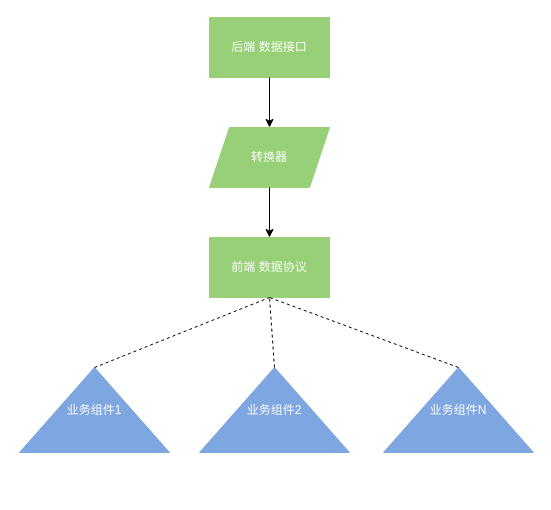
Earlier version of the draw.io diagram zhishi-data-converter.drawio (fedorjia/draw-io-files). Source tidied: cells renumbered, new cells numbered last; positions are measured from the earlier drawing's top-left corner, leaving out a move shared by most shapes. Both pictures are drawn from the tidied source at 100%, with x=0, y=0 at pixel (19, 17).
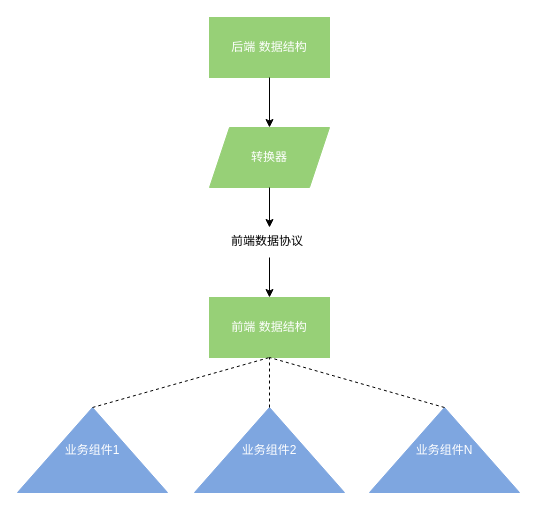
After the change.

Change to the diagram source:
```diff
@@
 <mxGraphModel>
   <root>
     <mxCell id="0" />
     <mxCell id="1" parent="0" />
-    <mxCell id="2" value="&lt;font color=&quot;#ffffff&quot;&gt;后端 数据接口&lt;/font&gt;" style="rounded=0;whiteSpace=wrap;html=1;fillColor=#97D077;strokeColor=#97D077;" parent="1" vertex="1">
+    <mxCell id="2" value="&lt;font color=&quot;#ffffff&quot;&gt;后端 数据结构&lt;/font&gt;" style="rounded=0;whiteSpace=wrap;html=1;fillColor=#97D077;strokeColor=#97D077;" parent="1" vertex="1">
       <mxGeometry x="190" width="120" height="60" as="geometry" />
     </mxCell>
     <mxCell id="3" value="&lt;font color=&quot;#ffffff&quot;&gt;转换器&lt;/font&gt;" style="shape=parallelogram;perimeter=parallelogramPerimeter;whiteSpace=wrap;html=1;fixedSize=1;strokeColor=#97D077;fillColor=#97D077;" parent="1" vertex="1">
       <mxGeometry x="190" y="110" width="120" height="60" as="geometry" />
     </mxCell>
-    <mxCell id="4" value="&lt;font color=&quot;#ffffff&quot;&gt;前端 数据协议&lt;/font&gt;" style="rounded=0;whiteSpace=wrap;html=1;strokeColor=#97D077;fillColor=#97D077;" parent="1" vertex="1">
-      <mxGeometry x="190" y="220" width="120" height="60" as="geometry" />
+    <mxCell id="4" value="&lt;font color=&quot;#ffffff&quot;&gt;前端 数据结构&lt;/font&gt;" style="rounded=0;whiteSpace=wrap;html=1;strokeColor=#97D077;fillColor=#97D077;" parent="1" vertex="1">
+      <mxGeometry x="190" y="280" width="120" height="60" as="geometry" />
     </mxCell>
     <mxCell id="5" value="&lt;font color=&quot;#ffffff&quot;&gt;业务组件1&lt;/font&gt;" style="triangle;whiteSpace=wrap;html=1;direction=north;fillColor=#7EA6E0;strokeColor=#7EA6E0;" parent="1" vertex="1">
-      <mxGeometry y="350" width="150" height="85" as="geometry" />
+      <mxGeometry x="-2" y="390" width="150" height="85" as="geometry" />
     </mxCell>
     <mxCell id="6" value="&lt;font color=&quot;#ffffff&quot;&gt;业务组件2&lt;/font&gt;" style="triangle;whiteSpace=wrap;html=1;direction=north;fillColor=#7EA6E0;strokeColor=#7EA6E0;" parent="1" vertex="1">
-      <mxGeometry x="180" y="350" width="150" height="85" as="geometry" />
+      <mxGeometry x="175" y="390" width="150" height="85" as="geometry" />
     </mxCell>
     <mxCell id="7" value="&lt;font color=&quot;#ffffff&quot;&gt;业务组件N&lt;/font&gt;" style="triangle;whiteSpace=wrap;html=1;direction=north;fillColor=#7EA6E0;strokeColor=#7EA6E0;" parent="1" vertex="1">
-      <mxGeometry x="364" y="350" width="150" height="85" as="geometry" />
+      <mxGeometry x="350" y="390" width="150" height="85" as="geometry" />
     </mxCell>
     <mxCell id="8" style="endArrow=classic;html=1;entryX=0.5;entryY=0;entryDx=0;entryDy=0;exitX=0.5;exitY=1;exitDx=0;exitDy=0;" parent="1" edge="1" source="2" target="3">
       <mxGeometry relative="1" as="geometry" />
     </mxCell>
-    <mxCell id="9" style="endArrow=classic;html=1;entryX=0.5;entryY=0;entryDx=0;entryDy=0;exitX=0.5;exitY=1;exitDx=0;exitDy=0;" parent="1" edge="1" source="3" target="4">
+    <mxCell id="9" style="endArrow=classic;html=1;entryX=0.5;entryY=0;entryDx=0;entryDy=0;exitX=0.5;exitY=1;exitDx=0;exitDy=0;" parent="1" edge="1" source="13" target="4">
       <mxGeometry relative="1" as="geometry" />
     </mxCell>
     <mxCell id="10" style="endArrow=none;dashed=1;html=1;exitX=1;exitY=0.5;exitDx=0;exitDy=0;entryX=0.5;entryY=1;entryDx=0;entryDy=0;" parent="1" edge="1" source="5" target="4">
       <mxGeometry relative="1" as="geometry" />
     </mxCell>
     <mxCell id="11" style="endArrow=none;dashed=1;html=1;exitX=1;exitY=0.5;exitDx=0;exitDy=0;entryX=0.5;entryY=1;entryDx=0;entryDy=0;" parent="1" edge="1" source="6" target="4">
       <mxGeometry relative="1" as="geometry" />
     </mxCell>
     <mxCell id="12" style="endArrow=none;dashed=1;html=1;exitX=1;exitY=0.5;exitDx=0;exitDy=0;entryX=0.5;entryY=1;entryDx=0;entryDy=0;" parent="1" edge="1" source="7" target="4">
       <mxGeometry relative="1" as="geometry" />
     </mxCell>
+    <mxCell id="13" value="&lt;div style=&quot;text-align: center&quot;&gt;&lt;span&gt;&lt;font face=&quot;helvetica&quot;&gt;前端数据协议&lt;/font&gt;&lt;/span&gt;&lt;/div&gt;" style="text;whiteSpace=wrap;html=1;" parent="1" vertex="1">
+      <mxGeometry x="210" y="210" width="80" height="30" as="geometry" />
+    </mxCell>
+    <mxCell id="14" style="endArrow=classic;html=1;entryX=0.5;entryY=0;entryDx=0;entryDy=0;exitX=0.5;exitY=1;exitDx=0;exitDy=0;" parent="1" edge="1" source="3" target="13">
+      <mxGeometry relative="1" as="geometry" />
+    </mxCell>
   </root>
 </mxGraphModel>
```
